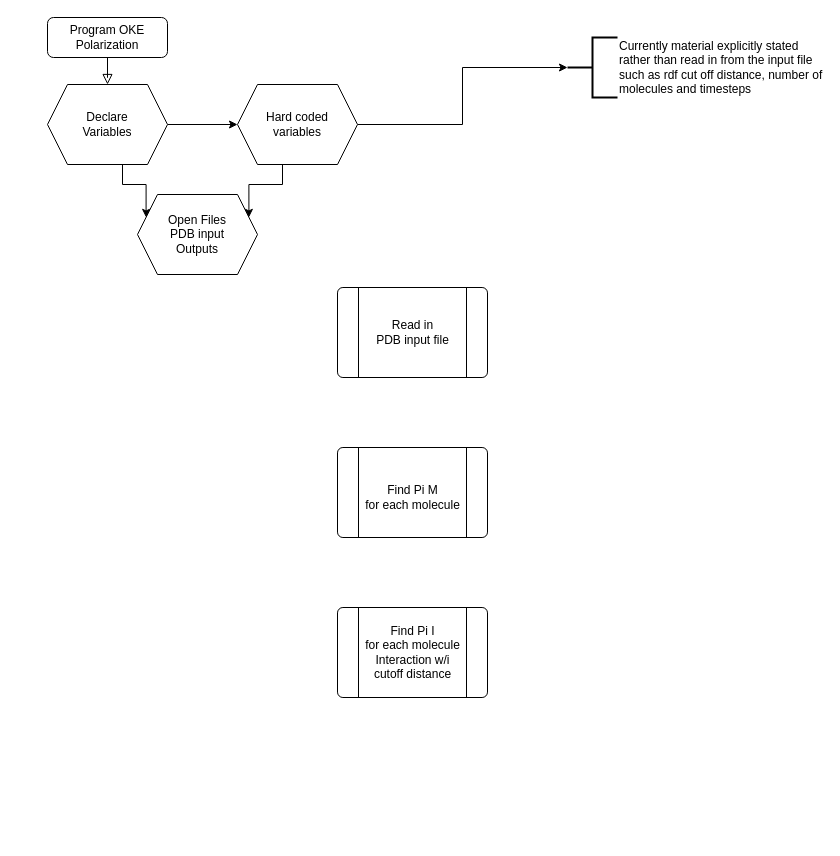
Above: Untitled Diagram.drawio in CatherineMoulder/Fortran (draw.io), before the change. Source tidied: cells renumbered, new cells numbered last; positions are measured from the earlier drawing's top-left corner, leaving out a move shared by most shapes. Both pictures are drawn from the tidied source at 100%, with x=0, y=0 at pixel (47, 17).
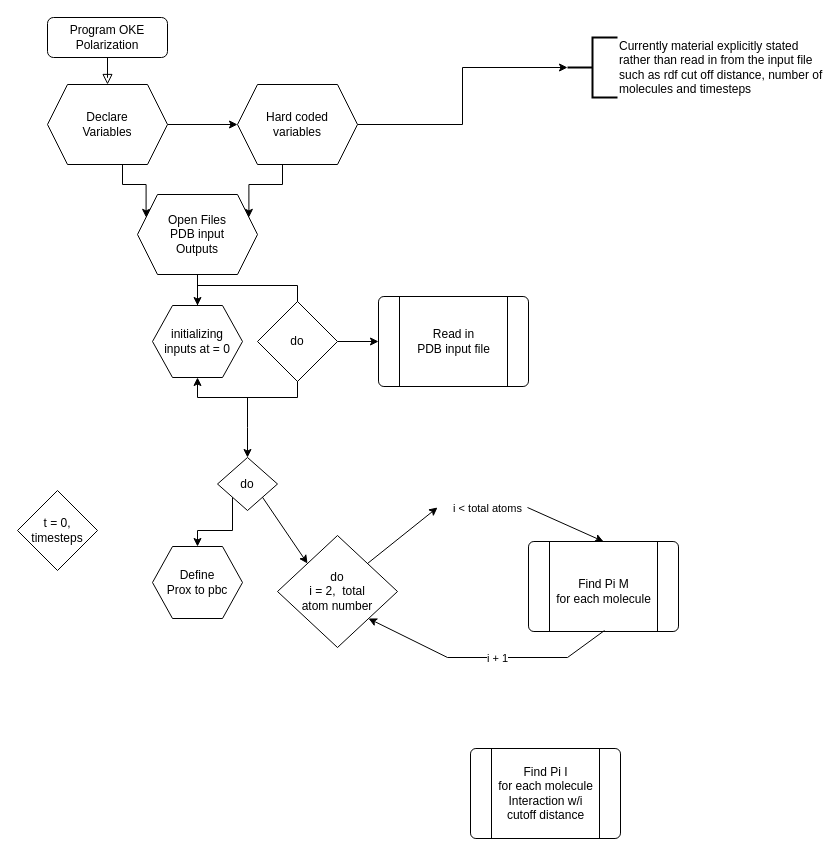
After the change.

Unchanged cells that the change refers to:
```xml
<mxCell id="10" value="Open Files&lt;br&gt;PDB input&lt;br&gt;Outputs" style="shape=hexagon;perimeter=hexagonPerimeter2;whiteSpace=wrap;html=1;fixedSize=1;" parent="1" vertex="1">
  <mxGeometry x="90" y="177" width="120" height="80" as="geometry" />
</mxCell>
```

What changed in the source:
```diff
@@
+    <mxCell id="18" style="edgeStyle=orthogonalEdgeStyle;rounded=0;jettySize=auto;html=1;" parent="1" edge="1" source="10" target="20">
+      <mxGeometry relative="1" as="geometry" />
+    </mxCell>
@@
     <mxCell id="11" style="verticalLabelPosition=bottom;verticalAlign=top;html=1;shape=process;whiteSpace=wrap;rounded=1;size=0.14;arcSize=6;" parent="1" vertex="1">
-      <mxGeometry x="290" y="270" width="150" height="90" as="geometry" />
+      <mxGeometry x="331" y="279" width="150" height="90" as="geometry" />
     </mxCell>
@@
     <mxCell id="13" value="Read in &lt;br&gt;PDB input file" style="text;html=1;align=center;verticalAlign=middle;fillColor=none;strokeColor=none;rounded=0;" parent="1" vertex="1">
-      <mxGeometry x="315" y="295" width="100" height="40" as="geometry" />
+      <mxGeometry x="356" y="304" width="100" height="40" as="geometry" />
     </mxCell>
     <mxCell id="14" style="verticalLabelPosition=bottom;verticalAlign=top;html=1;shape=process;whiteSpace=wrap;rounded=1;size=0.14;arcSize=6;" parent="1" vertex="1">
-      <mxGeometry x="290" y="430" width="150" height="90" as="geometry" />
+      <mxGeometry x="481" y="524" width="150" height="90" as="geometry" />
     </mxCell>
     <mxCell id="15" style="verticalLabelPosition=bottom;verticalAlign=top;html=1;shape=process;whiteSpace=wrap;rounded=1;size=0.14;arcSize=6;" parent="1" vertex="1">
-      <mxGeometry x="290" y="590" width="150" height="90" as="geometry" />
+      <mxGeometry x="423" y="731" width="150" height="90" as="geometry" />
     </mxCell>
     <mxCell id="16" value="Find Pi M &lt;br&gt;for each molecule" style="text;html=1;align=center;verticalAlign=middle;fillColor=none;strokeColor=none;rounded=0;" parent="1" vertex="1">
-      <mxGeometry x="305" y="460" width="120" height="40" as="geometry" />
+      <mxGeometry x="496" y="554" width="120" height="40" as="geometry" />
     </mxCell>
     <mxCell id="17" value="Find Pi I&lt;br&gt;for each molecule&lt;br&gt;Interaction w/i&lt;br&gt;cutoff distance" style="text;html=1;align=center;verticalAlign=middle;fillColor=none;strokeColor=none;rounded=0;" parent="1" vertex="1">
-      <mxGeometry x="305" y="600" width="120" height="70" as="geometry" />
+      <mxGeometry x="438" y="741" width="120" height="70" as="geometry" />
     </mxCell>
+    <mxCell id="19" style="edgeStyle=orthogonalEdgeStyle;rounded=0;orthogonalLoop=1;jettySize=auto;html=1;entryX=0.5;entryY=1;entryDx=0;entryDy=0;" parent="1" edge="1" source="20" target="20">
+      <mxGeometry relative="1" as="geometry">
+        <Array as="points">
+          <mxPoint x="150" y="268" />
+          <mxPoint x="250" y="268" />
+          <mxPoint x="250" y="380" />
+          <mxPoint x="150" y="380" />
+        </Array>
+      </mxGeometry>
+    </mxCell>
+    <mxCell id="20" value="initializing&lt;br&gt;inputs at = 0" style="shape=hexagon;perimeter=hexagonPerimeter2;whiteSpace=wrap;html=1;fixedSize=1;" parent="1" vertex="1">
+      <mxGeometry x="105" y="288" width="90" height="72" as="geometry" />
+    </mxCell>
+    <mxCell id="21" value="t = 0, timesteps" style="rhombus;whiteSpace=wrap;html=1;" parent="1" vertex="1">
+      <mxGeometry x="-30" y="473" width="80" height="80" as="geometry" />
+    </mxCell>
+    <mxCell id="22" style="edgeStyle=orthogonalEdgeStyle;rounded=0;jettySize=auto;html=1;exitX=0;exitY=1;exitDx=0;exitDy=0;" parent="1" edge="1" source="23" target="24">
+      <mxGeometry relative="1" as="geometry" />
+    </mxCell>
+    <mxCell id="23" value="do" style="rhombus;whiteSpace=wrap;html=1;" parent="1" vertex="1">
+      <mxGeometry x="170" y="440" width="60" height="53" as="geometry" />
+    </mxCell>
+    <mxCell id="24" value="Define&lt;br&gt;Prox to pbc" style="shape=hexagon;perimeter=hexagonPerimeter2;whiteSpace=wrap;html=1;fixedSize=1;" parent="1" vertex="1">
+      <mxGeometry x="105" y="529" width="90" height="72" as="geometry" />
+    </mxCell>
+    <mxCell id="25" value="do&lt;br&gt;i = 2,&amp;nbsp; total &lt;br&gt;atom number" style="rhombus;whiteSpace=wrap;html=1;" parent="1" vertex="1">
+      <mxGeometry x="230" y="518" width="120" height="112" as="geometry" />
+    </mxCell>
+    <mxCell id="26" style="endArrow=classic;html=1;rounded=0;exitX=0.5;exitY=1;exitDx=0;exitDy=0;entryX=1;entryY=1;entryDx=0;entryDy=0;" parent="1" edge="1">
+      <mxGeometry relative="1" as="geometry">
+        <mxPoint x="557" y="613" as="sourcePoint" />
+        <mxPoint x="321" y="601" as="targetPoint" />
+        <Array as="points">
+          <mxPoint x="520" y="640" />
+          <mxPoint x="400" y="640" />
+        </Array>
+      </mxGeometry>
+    </mxCell>
+    <mxCell id="27" value="i + 1" style="edgeLabel;html=1;align=center;verticalAlign=middle;" parent="26" vertex="1">
+      <mxGeometry relative="1" as="geometry">
+        <mxPoint x="11" as="offset" />
+      </mxGeometry>
+    </mxCell>
+    <mxCell id="28" value="i &amp;lt; total atoms" style="edgeLabel;html=1;align=center;verticalAlign=middle;" parent="1" vertex="1">
+      <mxGeometry x="496" y="610" as="geometry">
+        <mxPoint x="-57" y="-120" as="offset" />
+      </mxGeometry>
+    </mxCell>
+    <mxCell id="29" style="endArrow=classic;html=1;rounded=0;exitX=1;exitY=0;exitDx=0;exitDy=0;" parent="1" edge="1" source="25">
+      <mxGeometry relative="1" as="geometry">
+        <mxPoint x="390" y="490" as="targetPoint" />
+      </mxGeometry>
+    </mxCell>
+    <mxCell id="30" style="endArrow=classic;html=1;rounded=0;entryX=0.5;entryY=0;entryDx=0;entryDy=0;" parent="1" edge="1" target="14">
+      <mxGeometry relative="1" as="geometry">
+        <mxPoint x="480" y="490" as="sourcePoint" />
+      </mxGeometry>
+    </mxCell>
+    <mxCell id="31" style="edgeStyle=orthogonalEdgeStyle;rounded=0;jettySize=auto;html=1;exitX=1;exitY=0.5;exitDx=0;exitDy=0;entryX=0;entryY=0.5;entryDx=0;entryDy=0;" parent="1" edge="1" source="32" target="11">
+      <mxGeometry relative="1" as="geometry" />
+    </mxCell>
+    <mxCell id="32" value="do" style="rhombus;whiteSpace=wrap;html=1;" parent="1" vertex="1">
+      <mxGeometry x="210" y="284" width="80" height="80" as="geometry" />
+    </mxCell>
+    <mxCell id="33" style="endArrow=classic;html=1;rounded=0;entryX=0.5;entryY=0;entryDx=0;entryDy=0;" parent="1" edge="1" target="23">
+      <mxGeometry relative="1" as="geometry">
+        <mxPoint x="200" y="380" as="sourcePoint" />
+        <Array as="points">
+          <mxPoint x="200" y="410" />
+        </Array>
+      </mxGeometry>
+    </mxCell>
+    <mxCell id="34" style="endArrow=classic;html=1;rounded=0;exitX=1;exitY=1;exitDx=0;exitDy=0;entryX=0;entryY=0;entryDx=0;entryDy=0;" parent="1" edge="1" source="23" target="25">
+      <mxGeometry relative="1" as="geometry" />
+    </mxCell>
```
